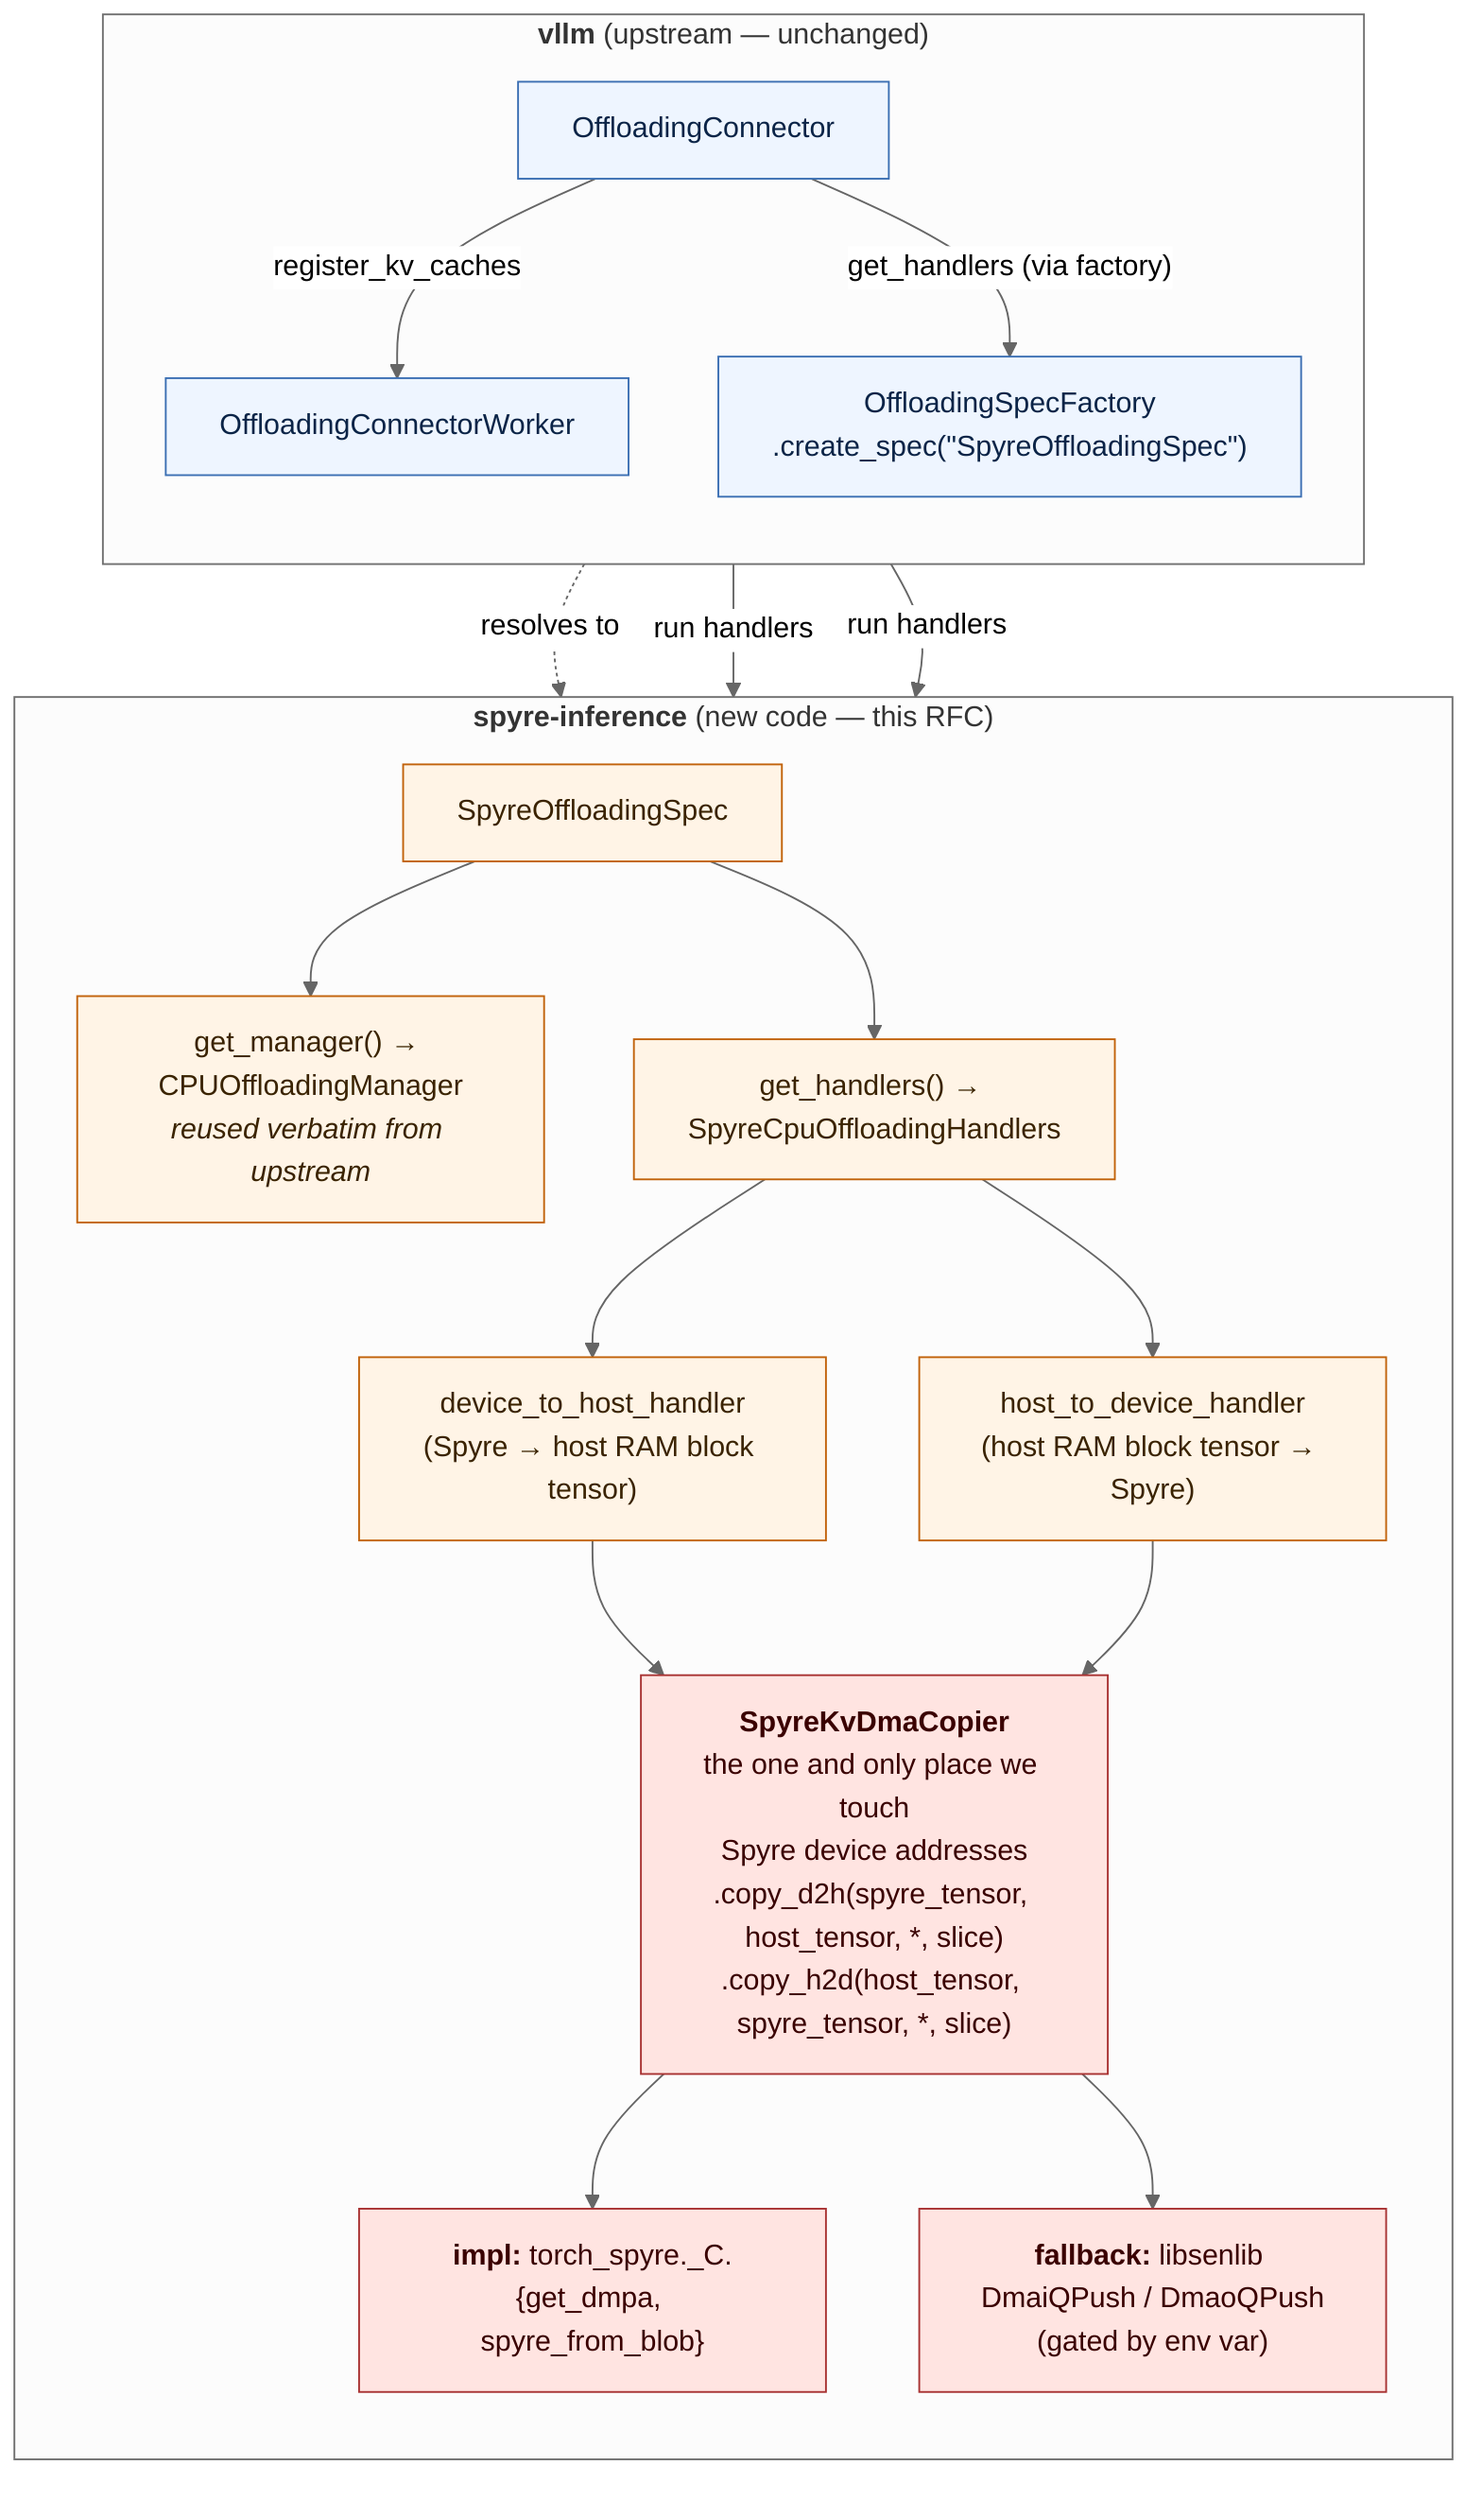
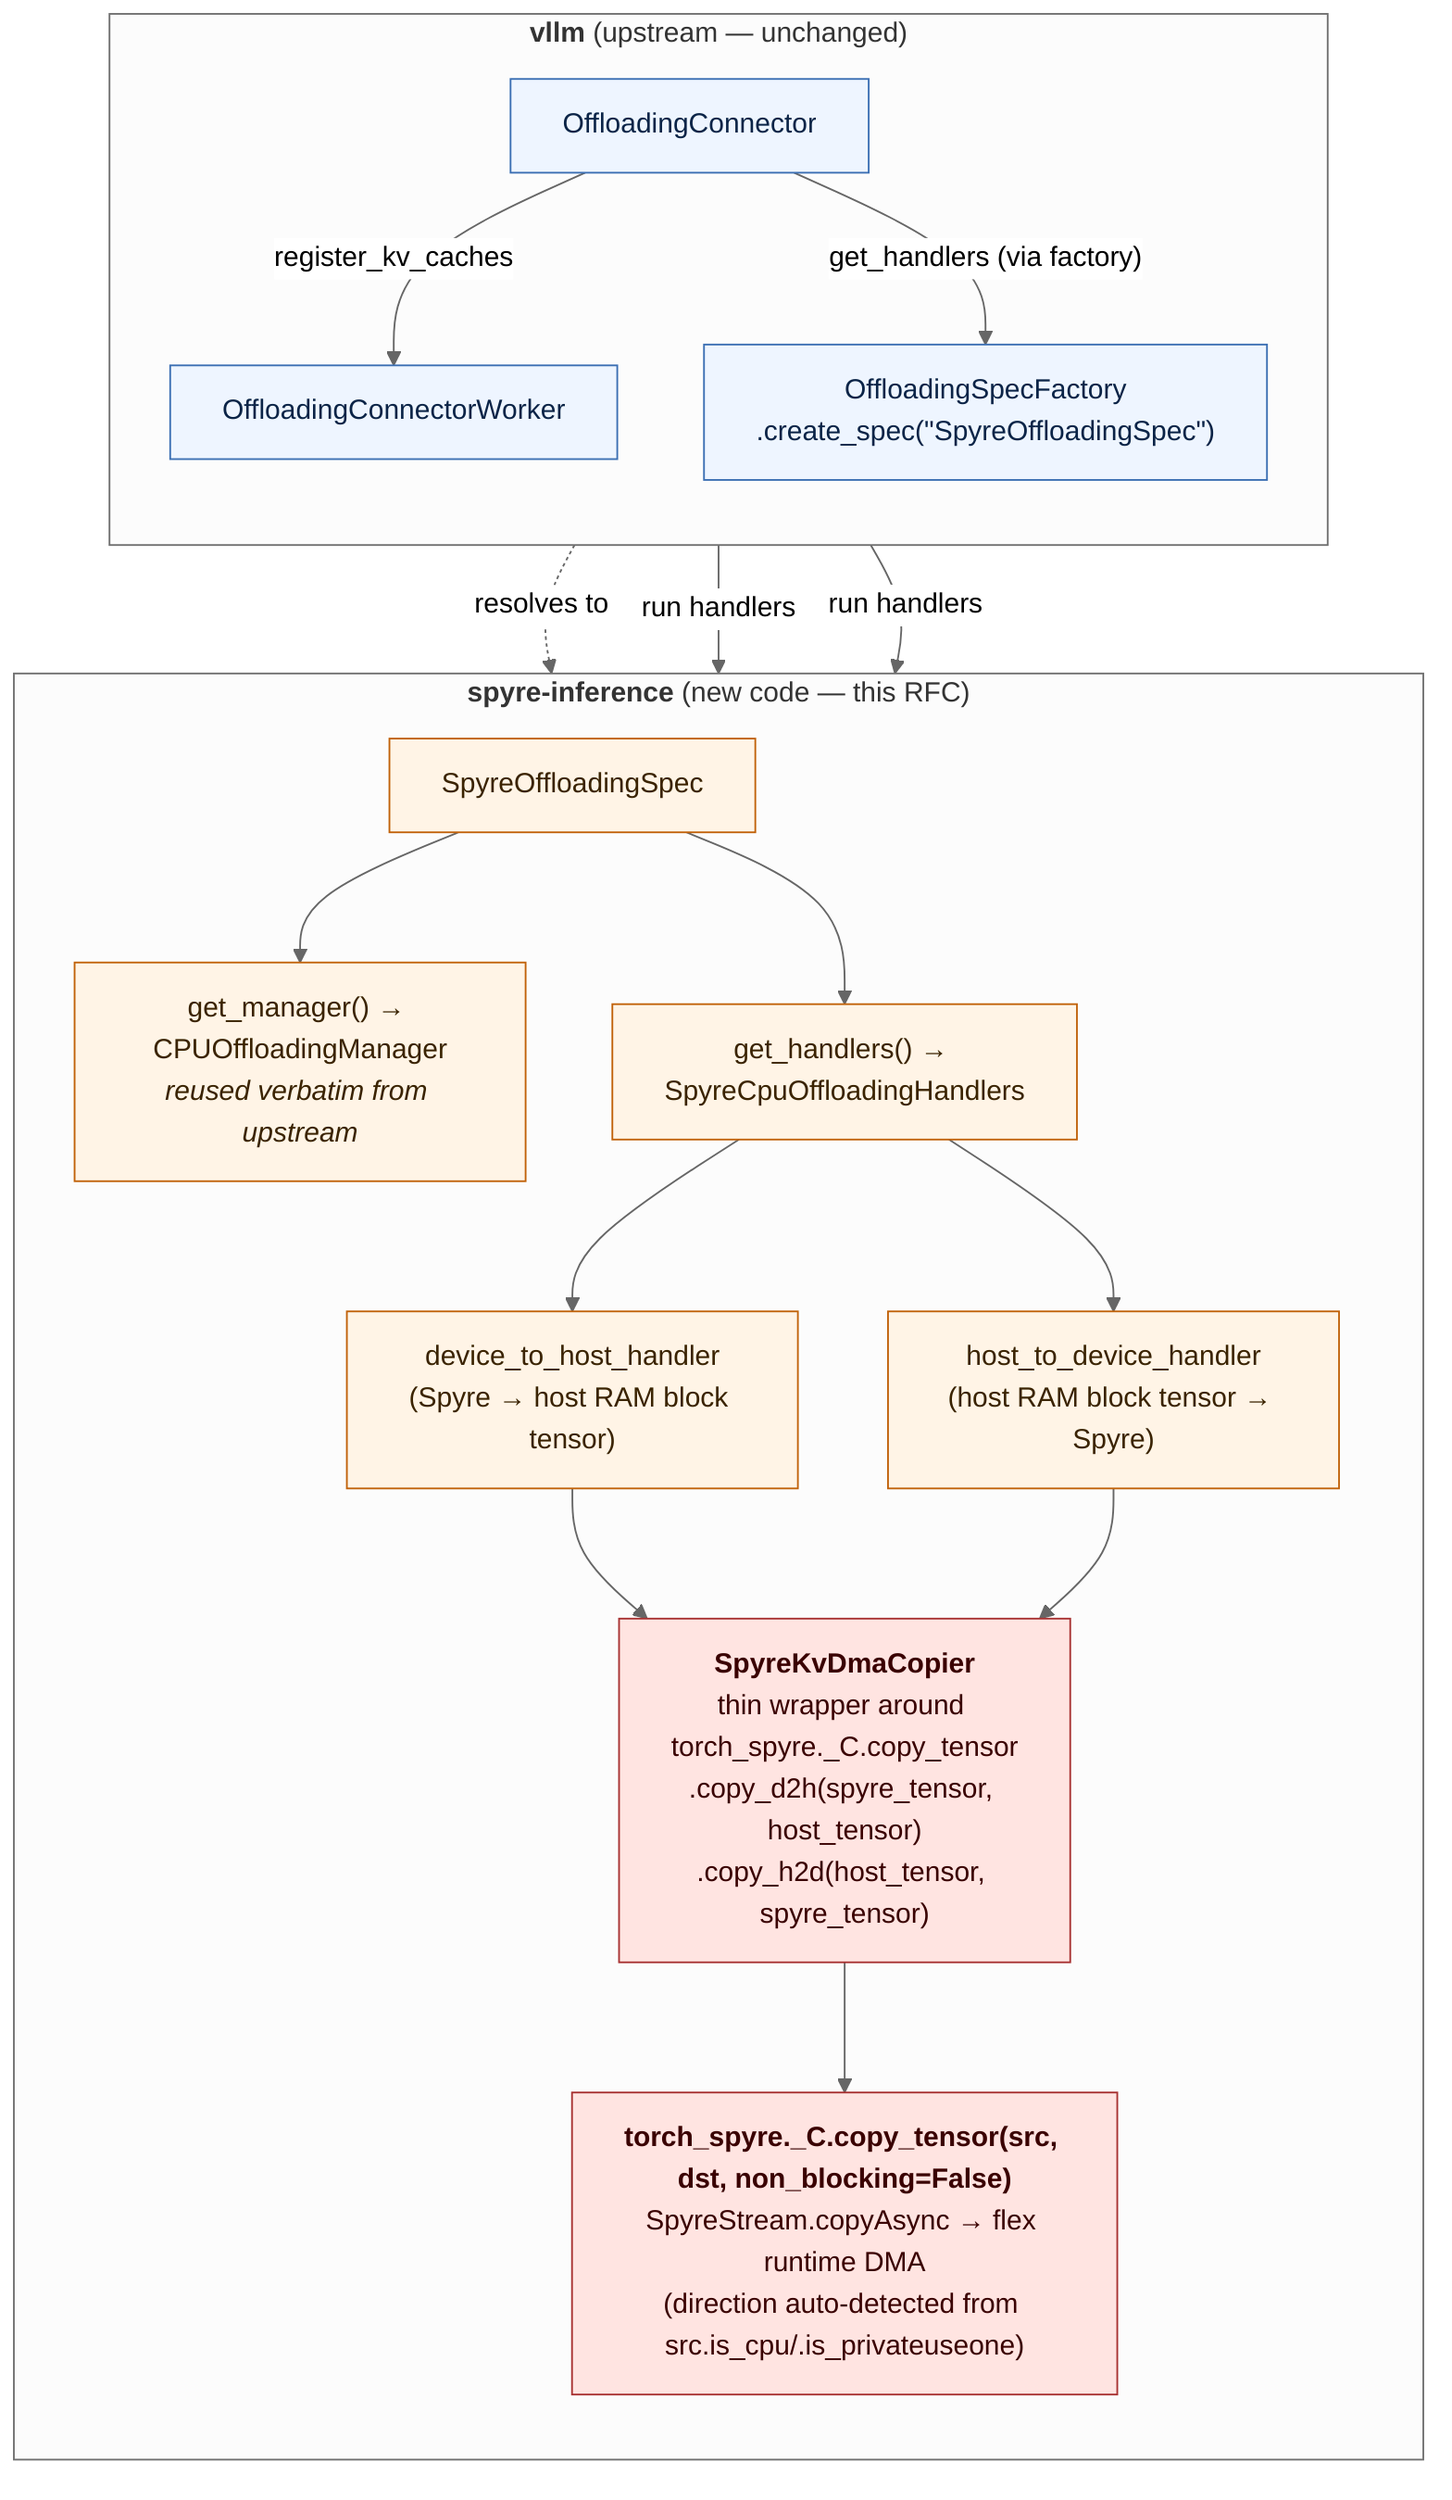
%%{ init: { "flowchart": { "htmlLabels": true, "curve": "basis" }, "theme": "neutral" } }%%
flowchart TB

    subgraph vllm["<b>vllm</b> (upstream — unchanged)"]
        direction TB
        OC["OffloadingConnector"]
        OCW["OffloadingConnectorWorker"]
        Factory["OffloadingSpecFactory<br/>.create_spec(&quot;SpyreOffloadingSpec&quot;)"]
        OC -- "register_kv_caches" --> OCW
        OC -- "get_handlers (via factory)" --> Factory
    end

    subgraph spyre["<b>spyre-inference</b> (new code — this RFC)"]
        direction TB
        Spec["SpyreOffloadingSpec"]
        Mgr["get_manager() → CPUOffloadingManager<br/><i>reused verbatim from upstream</i>"]
        Handlers["get_handlers() → SpyreCpuOffloadingHandlers"]
        D2H["device_to_host_handler<br/>(Spyre → host RAM block tensor)"]
        H2D["host_to_device_handler<br/>(host RAM block tensor → Spyre)"]
-         Copier["<b>SpyreKvDmaCopier</b><br/>the one and only place we touch<br/>Spyre device addresses<br/>.copy_d2h(spyre_tensor, host_tensor, *, slice)<br/>.copy_h2d(host_tensor, spyre_tensor, *, slice)"]
-         Backend1["<b>impl:</b> torch_spyre._C.{get_dmpa, spyre_from_blob}"]
-         Backend2["<b>fallback:</b> libsenlib DmaiQPush / DmaoQPush<br/>(gated by env var)"]
+         Copier["<b>SpyreKvDmaCopier</b><br/>thin wrapper around torch_spyre._C.copy_tensor<br/>.copy_d2h(spyre_tensor, host_tensor)<br/>.copy_h2d(host_tensor, spyre_tensor)"]
+         Backend["<b>torch_spyre._C.copy_tensor(src, dst, non_blocking=False)</b><br/>SpyreStream.copyAsync → flex runtime DMA<br/>(direction auto-detected from src.is_cpu/.is_privateuseone)"]

        Spec --> Mgr
        Spec --> Handlers
        Handlers --> D2H
        Handlers --> H2D
        D2H --> Copier
        H2D --> Copier
-         Copier --> Backend1
-         Copier --> Backend2
+         Copier --> Backend
    end

    Factory -. "resolves to" .-> Spec
    OCW -- "run handlers" --> D2H
    OCW -- "run handlers" --> H2D

    classDef upstream fill:#eef5ff,stroke:#3b6fb3,color:#0b2447
    classDef plugin fill:#fff4e6,stroke:#c1620a,color:#3a2300
    classDef hot fill:#ffe4e1,stroke:#a83232,color:#3a0000

    class OC,OCW,Factory upstream
    class Spec,Mgr,Handlers,D2H,H2D plugin
-     class Copier,Backend1,Backend2 hot
+     class Copier,Backend hot
